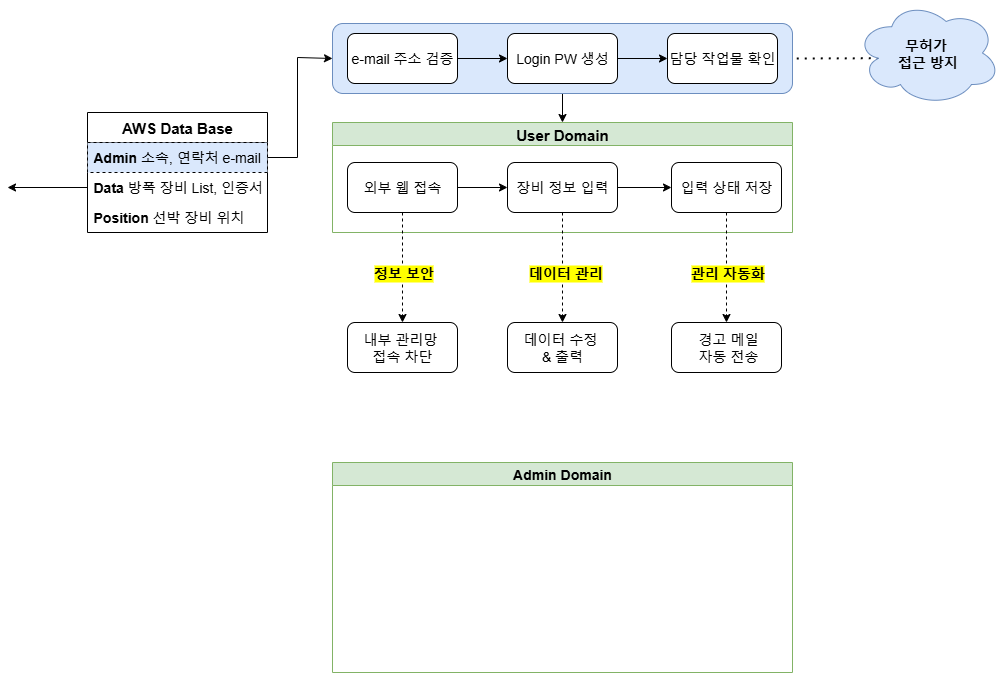
HD-Jinyeong/my_flask_app keeps this draw.io diagram as workflow/1013.drawio.png. Above is the earlier version. Source tidied: cells renumbered, new cells last; positions are measured from the earlier drawing's top-left corner, leaving out a move shared by most shapes.
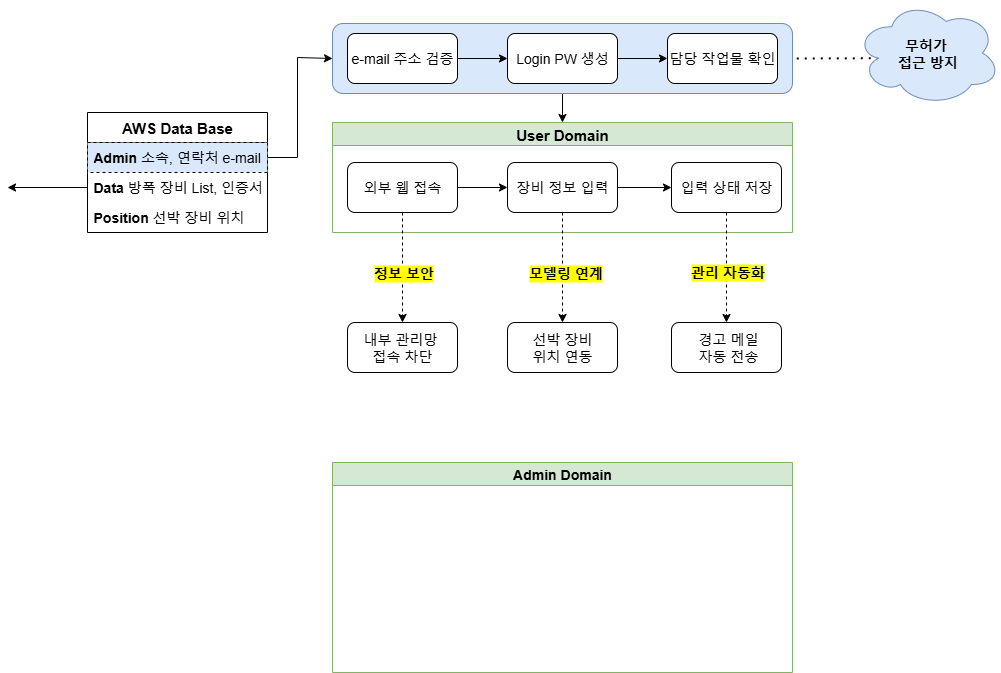
After the commit.

Diff of the diagram source:
```diff
@@ -57,7 +57,7 @@
     <mxCell id="17" style="rounded=0;jettySize=auto;html=1;entryX=0.5;entryY=0;entryDx=0;entryDy=0;exitX=0.5;exitY=1;exitDx=0;exitDy=0;dashed=1;" parent="1" edge="1" source="11" target="32">
       <mxGeometry relative="1" as="geometry" />
     </mxCell>
-    <mxCell id="18" value="&lt;b&gt;&lt;font style=&quot;font-size: 14px;&quot;&gt;데이터 관리&lt;/font&gt;&lt;/b&gt;" style="edgeLabel;html=1;align=center;verticalAlign=middle;labelBackgroundColor=light-dark(#FFFF00,#323200);" parent="17" vertex="1">
+    <mxCell id="18" value="&lt;b&gt;&lt;font style=&quot;font-size: 14px;&quot;&gt;모델링 연계&lt;/font&gt;&lt;/b&gt;" style="edgeLabel;html=1;align=center;verticalAlign=middle;labelBackgroundColor=light-dark(#FFFF00,#323200);" parent="17" vertex="1">
       <mxGeometry x="0.1" y="1" relative="1" as="geometry">
         <mxPoint x="1" as="offset" />
       </mxGeometry>
@@ -96,7 +96,7 @@
     </mxCell>
     <mxCell id="29" value="&lt;span style=&quot;font-size: 14px;&quot;&gt;&lt;b&gt;관리 자동화&lt;/b&gt;&lt;/span&gt;" style="edgeLabel;html=1;align=center;verticalAlign=middle;labelBackgroundColor=light-dark(#FFFF00,#323200);" parent="28" vertex="1">
       <mxGeometry x="0.12" y="1" relative="1" as="geometry">
-        <mxPoint x="-1" y="-1" as="offset" />
+        <mxPoint x="-1" y="-2" as="offset" />
       </mxGeometry>
     </mxCell>
     <mxCell id="30" style="group;" parent="1" vertex="1">
@@ -105,7 +105,7 @@
     <mxCell id="31" value="&lt;span style=&quot;font-size: 14px;&quot;&gt;내부 관리망&amp;nbsp;&lt;/span&gt;&lt;div&gt;&lt;span style=&quot;font-size: 14px;&quot;&gt;접속 차단&lt;/span&gt;&lt;/div&gt;" style="whiteSpace=wrap;html=1;rounded=1;" parent="30" vertex="1">
       <mxGeometry width="110" height="50" as="geometry" />
     </mxCell>
-    <mxCell id="32" value="&lt;font style=&quot;font-size: 14px;&quot;&gt;데이터 수정&amp;nbsp;&lt;/font&gt;&lt;div&gt;&lt;font style=&quot;font-size: 14px;&quot;&gt;&amp;amp; 출력&lt;/font&gt;&lt;/div&gt;" style="whiteSpace=wrap;html=1;rounded=1;" parent="30" vertex="1">
+    <mxCell id="32" value="&lt;span style=&quot;font-size: 14px;&quot;&gt;선박 장비&lt;/span&gt;&lt;div&gt;&lt;span style=&quot;font-size: 14px;&quot;&gt;위치 연동&lt;/span&gt;&lt;/div&gt;" style="whiteSpace=wrap;html=1;rounded=1;" parent="30" vertex="1">
       <mxGeometry x="160" width="110" height="50" as="geometry" />
     </mxCell>
     <mxCell id="33" value="&lt;font style=&quot;font-size: 14px;&quot;&gt;&amp;nbsp;경고 메일&lt;/font&gt;&lt;div&gt;&lt;font style=&quot;font-size: 14px;&quot;&gt;&amp;nbsp;자동 전송&lt;/font&gt;&lt;/div&gt;" style="whiteSpace=wrap;html=1;rounded=1;" parent="30" vertex="1">
```
